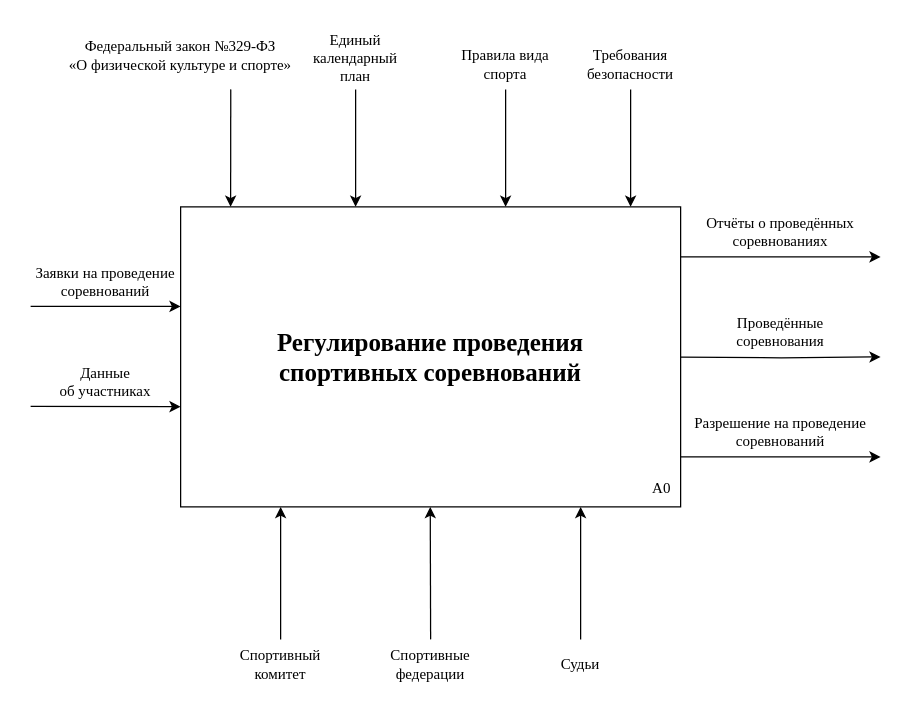
Above: page "IDEF0 (контекстная)" (1 of 11) of Диаграммы ИС «Спортивный комитет».drawio in antonch985/Education (draw.io), before the change. Source tidied: cells renumbered, new cells numbered last; positions are measured from the earlier drawing's top-left corner, leaving out a move shared by most shapes. Both pictures are drawn from the tidied source at 125%, with x=0, y=0 at pixel (30, 21).
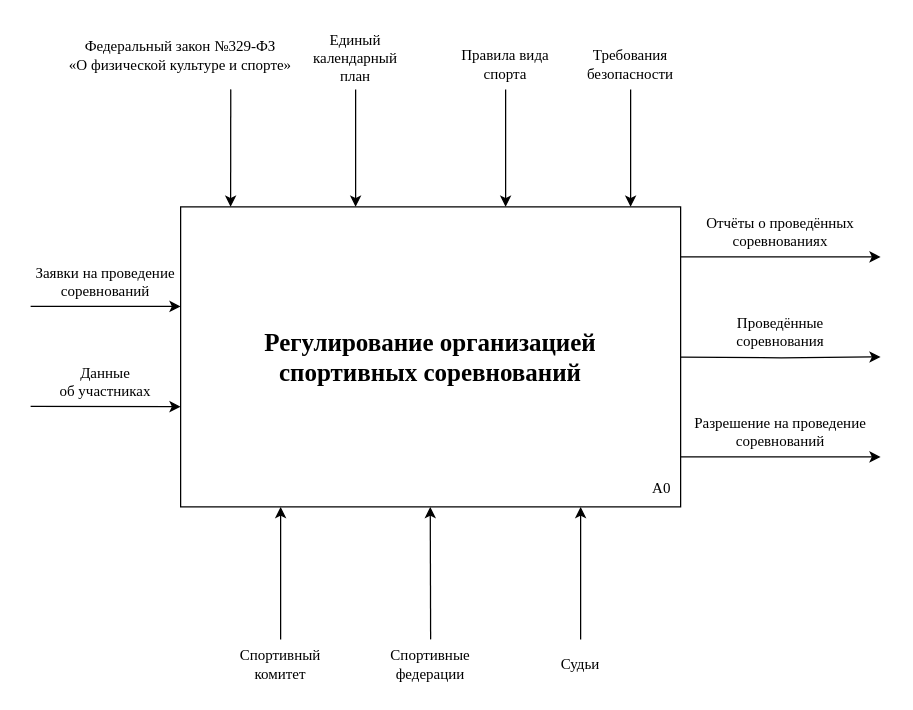
Above is the later version.

What changed in the source:
```diff
@@
-    <mxCell id="5" value="&lt;b&gt;Регулирование проведения&lt;/b&gt;&lt;div&gt;&lt;b&gt;спортивных соревнований&lt;/b&gt;&lt;/div&gt;" style="rounded=0;whiteSpace=wrap;html=1;fontSize=20;fontFamily=Times New Roman;" parent="1" vertex="1">
+    <mxCell id="5" value="&lt;b&gt;Регулирование организацией&lt;/b&gt;&lt;div&gt;&lt;b&gt;спортивных соревнований&lt;/b&gt;&lt;/div&gt;" style="rounded=0;whiteSpace=wrap;html=1;fontSize=20;fontFamily=Times New Roman;" parent="1" vertex="1">
       <mxGeometry x="120" y="148" width="400" height="240" as="geometry" />
     </mxCell>
```
